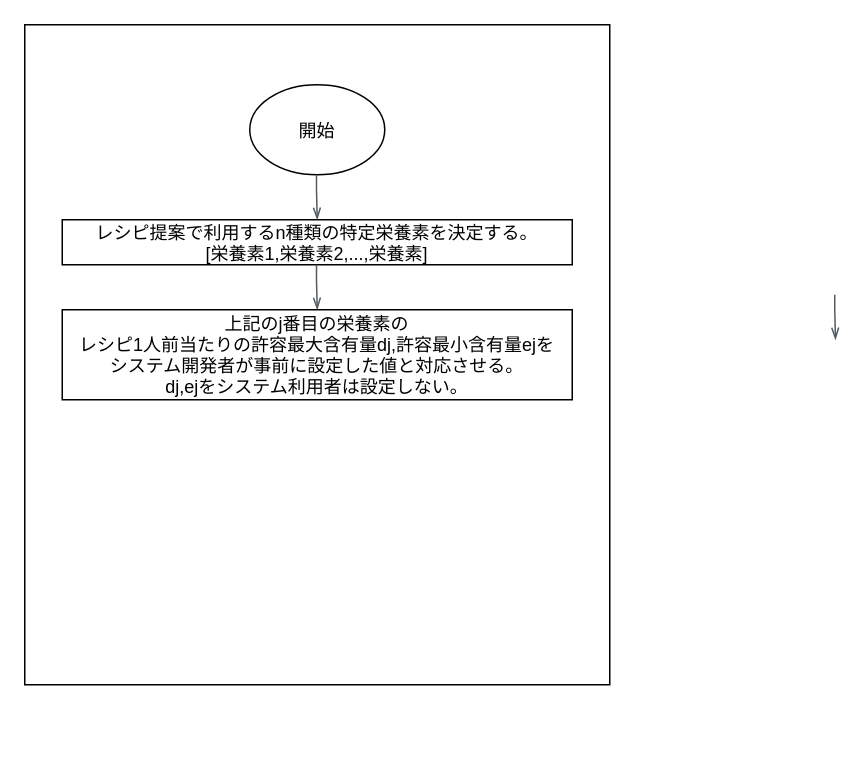
The draw.io diagram 従来研究フロー図改訂.drawio in jokertennis/github-flow-practice, before the edit. Source tidied: cells renumbered, new cells numbered last; positions are measured from the earlier drawing's top-left corner, leaving out a move shared by most shapes. Both pictures are drawn from the tidied source at 150%, with x=0, y=0 at pixel (24, 24).
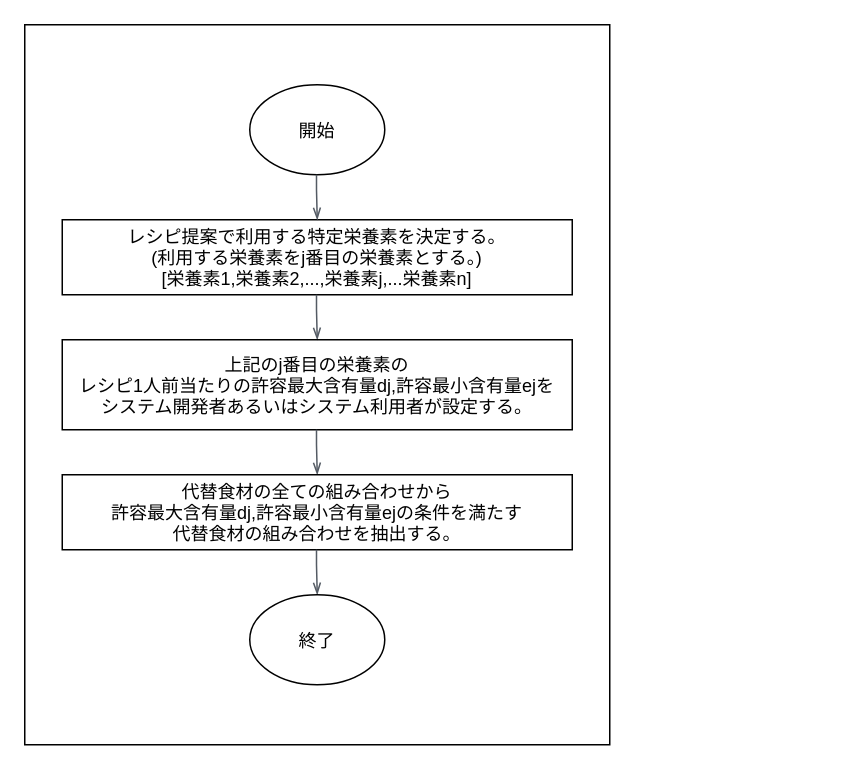
The same page after the edit.

Commit message (it also covers changes not shown here):
Update 従来研究フロー図改訂.drawio

Diff of the diagram source:
```diff
@@
     <mxCell id="2" style="rounded=0;whiteSpace=wrap;html=1;" parent="1" vertex="1">
-      <mxGeometry width="390" height="440" as="geometry" />
+      <mxGeometry width="390" height="480" as="geometry" />
     </mxCell>
@@
     <mxCell id="5" style="rounded=0;whiteSpace=wrap;html=1;" parent="1" vertex="1">
-      <mxGeometry x="25" y="130" width="340" height="30" as="geometry" />
+      <mxGeometry x="25" y="130" width="340" height="50" as="geometry" />
     </mxCell>
-    <mxCell id="6" value="レシピ提案で利用するn種類の特定栄養素を決定する。&#10;[栄養素1,栄養素2,...,栄養素]" style="text;align=center;verticalAlign=middle;strokeColor=none;" parent="1" vertex="1">
-      <mxGeometry x="40" y="130" width="310" height="30" as="geometry" />
+    <mxCell id="6" value="レシピ提案で利用する特定栄養素を決定する。&#10;(利用する栄養素をj番目の栄養素とする。)&#10;[栄養素1,栄養素2,...,栄養素j,...栄養素n]" style="text;align=center;verticalAlign=middle;strokeColor=none;" parent="1" vertex="1">
+      <mxGeometry x="60" y="130" width="270" height="50" as="geometry" />
     </mxCell>
@@
-    <mxCell id="8" style="edgeStyle=orthogonalEdgeStyle;html=1;endArrow=openThin;elbow=vertical;startArrow=none;endFill=0;strokeColor=#545B64;rounded=0;" parent="1" edge="1">
-      <mxGeometry relative="1" as="geometry">
-        <mxPoint x="540" y="180" as="sourcePoint" />
-        <mxPoint x="540.5" y="210" as="targetPoint" />
-        <Array as="points">
-          <mxPoint x="540.5" y="190" />
-          <mxPoint x="540.5" y="190" />
-        </Array>
-      </mxGeometry>
-    </mxCell>
     <mxCell id="9" style="edgeStyle=orthogonalEdgeStyle;html=1;endArrow=openThin;elbow=vertical;startArrow=none;endFill=0;strokeColor=#545B64;rounded=0;" parent="1" edge="1">
       <mxGeometry relative="1" as="geometry">
-        <mxPoint x="194.5" y="160" as="sourcePoint" />
-        <mxPoint x="195" y="190" as="targetPoint" />
+        <mxPoint x="194.5" y="180" as="sourcePoint" />
+        <mxPoint x="195" y="210" as="targetPoint" />
         <Array as="points">
-          <mxPoint x="195" y="170" />
-          <mxPoint x="195" y="170" />
+          <mxPoint x="195" y="190" />
+          <mxPoint x="195" y="190" />
         </Array>
       </mxGeometry>
     </mxCell>
     <mxCell id="10" style="verticalLabelPosition=bottom;verticalAlign=top;html=1;shape=mxgraph.basic.rect;fillColor2=none;strokeWidth=1;size=20;indent=5;rounded=0;labelBackgroundColor=#ffffff;sketch=0;fillColor=none;labelBorderColor=none;" parent="1" vertex="1">
-      <mxGeometry x="25" y="190" width="340" height="60" as="geometry" />
+      <mxGeometry x="25" y="210" width="340" height="60" as="geometry" />
     </mxCell>
-    <mxCell id="11" value="上記のj番目の栄養素の&#10;レシピ1人前当たりの許容最大含有量dj,許容最小含有量ejを&#10;システム開発者が事前に設定した値と対応させる。&#10;dj,ejをシステム利用者は設定しない。" style="text;align=center;verticalAlign=middle;" parent="1" vertex="1">
-      <mxGeometry x="30" y="190" width="330" height="60" as="geometry" />
+    <mxCell id="11" value="上記のj番目の栄養素の&#10;レシピ1人前当たりの許容最大含有量dj,許容最小含有量ejを&#10;システム開発者あるいはシステム利用者が設定する。" style="text;align=center;verticalAlign=middle;" parent="1" vertex="1">
+      <mxGeometry x="30" y="215" width="330" height="50" as="geometry" />
     </mxCell>
+    <mxCell id="12" style="edgeStyle=orthogonalEdgeStyle;html=1;endArrow=openThin;elbow=vertical;startArrow=none;endFill=0;strokeColor=#545B64;rounded=0;" parent="1" edge="1">
+      <mxGeometry relative="1" as="geometry">
+        <mxPoint x="194.5" y="270" as="sourcePoint" />
+        <mxPoint x="195" y="300" as="targetPoint" />
+        <Array as="points">
+          <mxPoint x="195" y="280" />
+          <mxPoint x="195" y="280" />
+        </Array>
+      </mxGeometry>
+    </mxCell>
+    <mxCell id="13" style="rounded=0;whiteSpace=wrap;html=1;" parent="1" vertex="1">
+      <mxGeometry x="25" y="300" width="340" height="50" as="geometry" />
+    </mxCell>
+    <mxCell id="14" value="代替食材の全ての組み合わせから&#10;許容最大含有量dj,許容最小含有量ejの条件を満たす&#10;代替食材の組み合わせを抽出する。" style="text;align=center;verticalAlign=middle;strokeColor=none;" parent="1" vertex="1">
+      <mxGeometry x="50" y="300" width="290" height="50" as="geometry" />
+    </mxCell>
+    <mxCell id="15" style="edgeStyle=orthogonalEdgeStyle;html=1;endArrow=openThin;elbow=vertical;startArrow=none;endFill=0;strokeColor=#545B64;rounded=0;" parent="1" edge="1">
+      <mxGeometry relative="1" as="geometry">
+        <mxPoint x="194.5" y="350" as="sourcePoint" />
+        <mxPoint x="195" y="380" as="targetPoint" />
+        <Array as="points">
+          <mxPoint x="195" y="360" />
+          <mxPoint x="195" y="360" />
+        </Array>
+      </mxGeometry>
+    </mxCell>
+    <mxCell id="16" style="ellipse;whiteSpace=wrap;html=1;" parent="1" vertex="1">
+      <mxGeometry x="150" y="380" width="90" height="60" as="geometry" />
+    </mxCell>
+    <mxCell id="17" value="終了" style="text;align=center;verticalAlign=middle;strokeColor=none;" parent="1" vertex="1">
+      <mxGeometry x="175" y="400" width="40" height="20" as="geometry" />
+    </mxCell>
```
